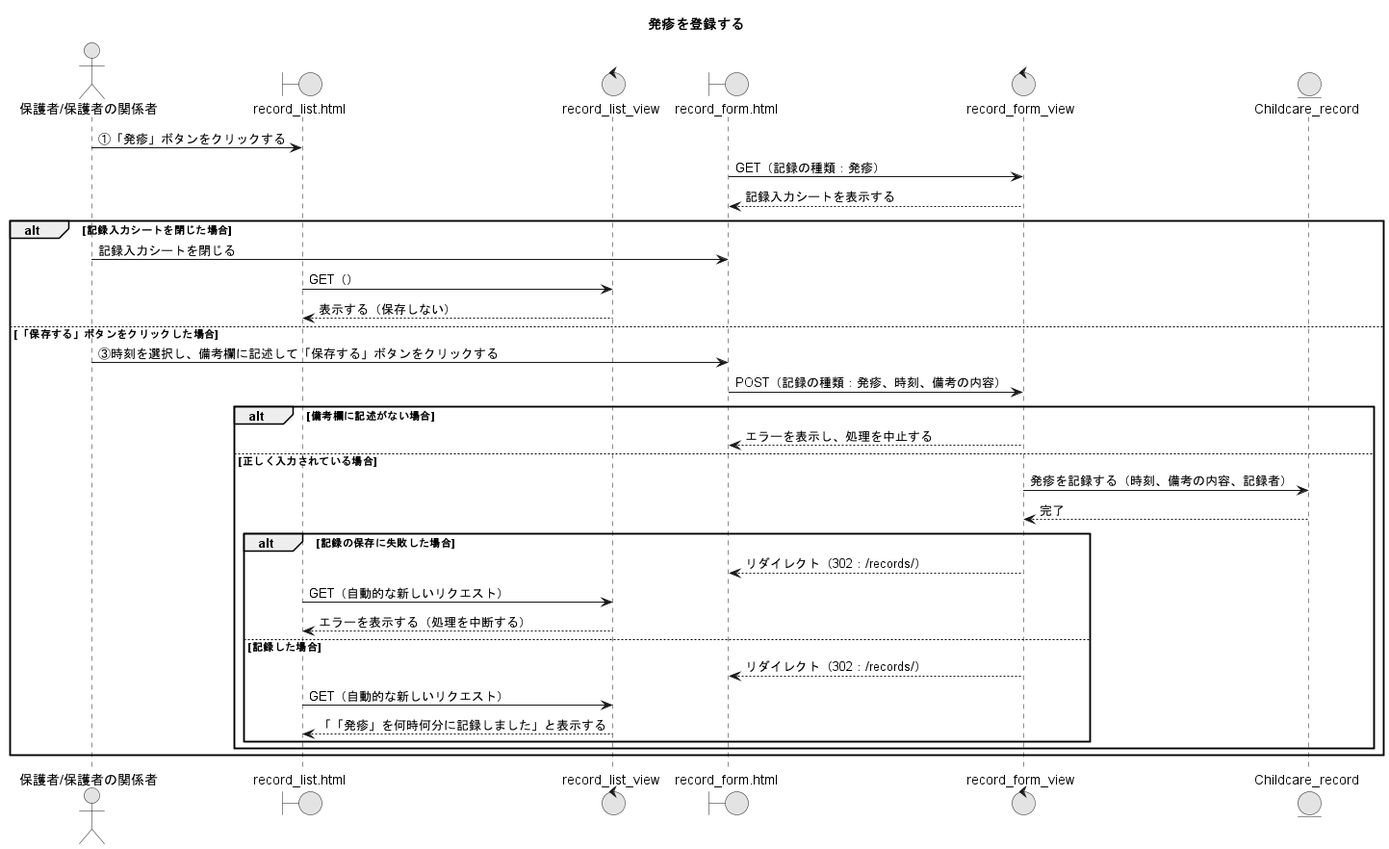
The PlantUML diagram PNG/32_発疹を登録する.png in Ma2naga190330/26_sotugyou_puml, before a commit.
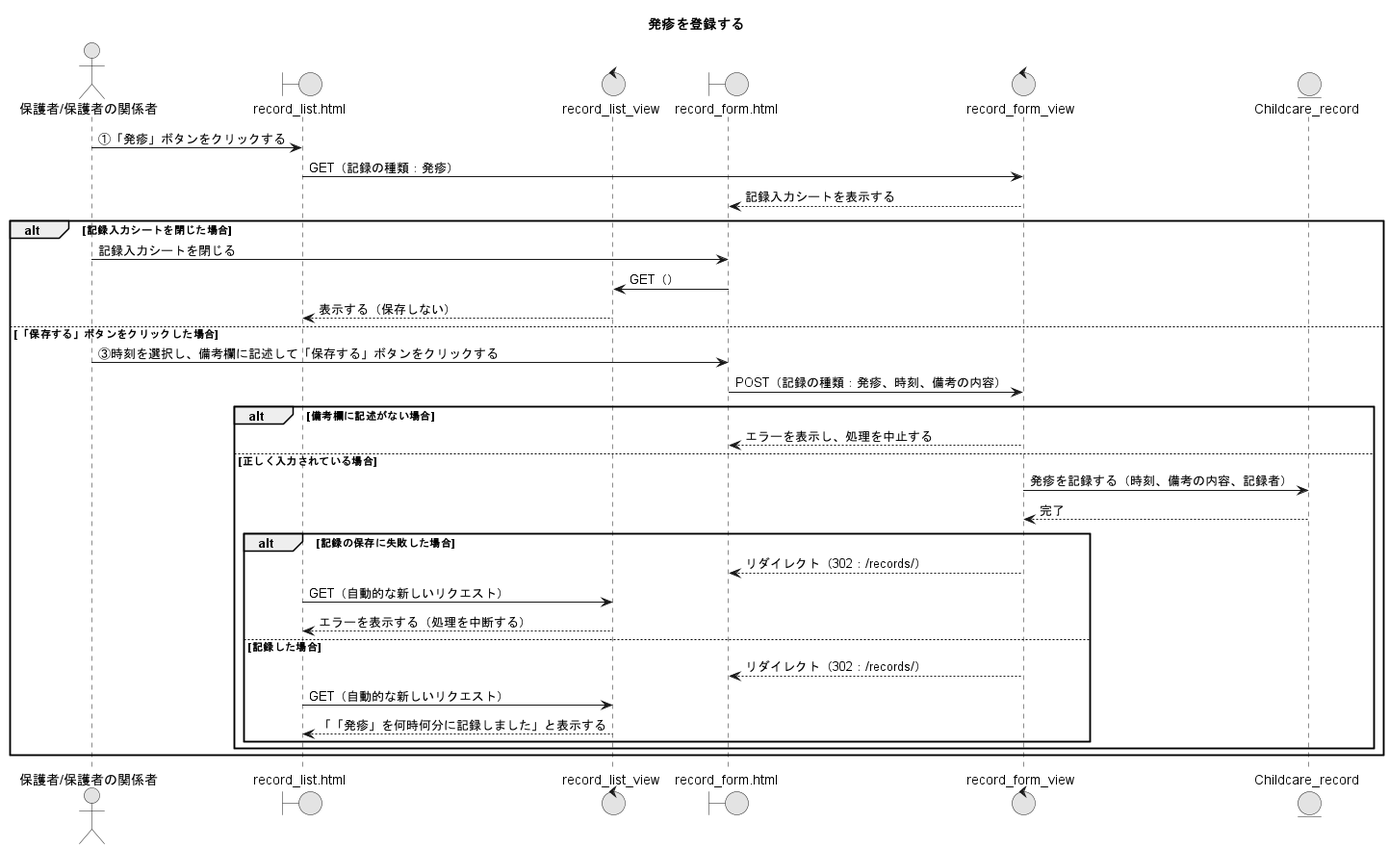
Later version of the same file.

Diff of the diagram source:
```diff
@@ -11,12 +11,12 @@
 entity "Childcare_record" as CRM
 
 A -> RLP : ①「発疹」ボタンをクリックする
-RFP -> RFV : GET（記録の種類：発疹）
+RLP -> RFV : GET（記録の種類：発疹）
 RFV --> RFP : 記録入力シートを表示する
 
 alt 記録入力シートを閉じた場合
   A -> RFP : 記録入力シートを閉じる
-  RLP -> RLV : GET（）
+  RFP -> RLV : GET（）
   RLV --> RLP : 表示する（保存しない）
 else 「保存する」ボタンをクリックした場合
   A -> RFP : ③時刻を選択し、備考欄に記述して「保存する」ボタンをクリックする
```
